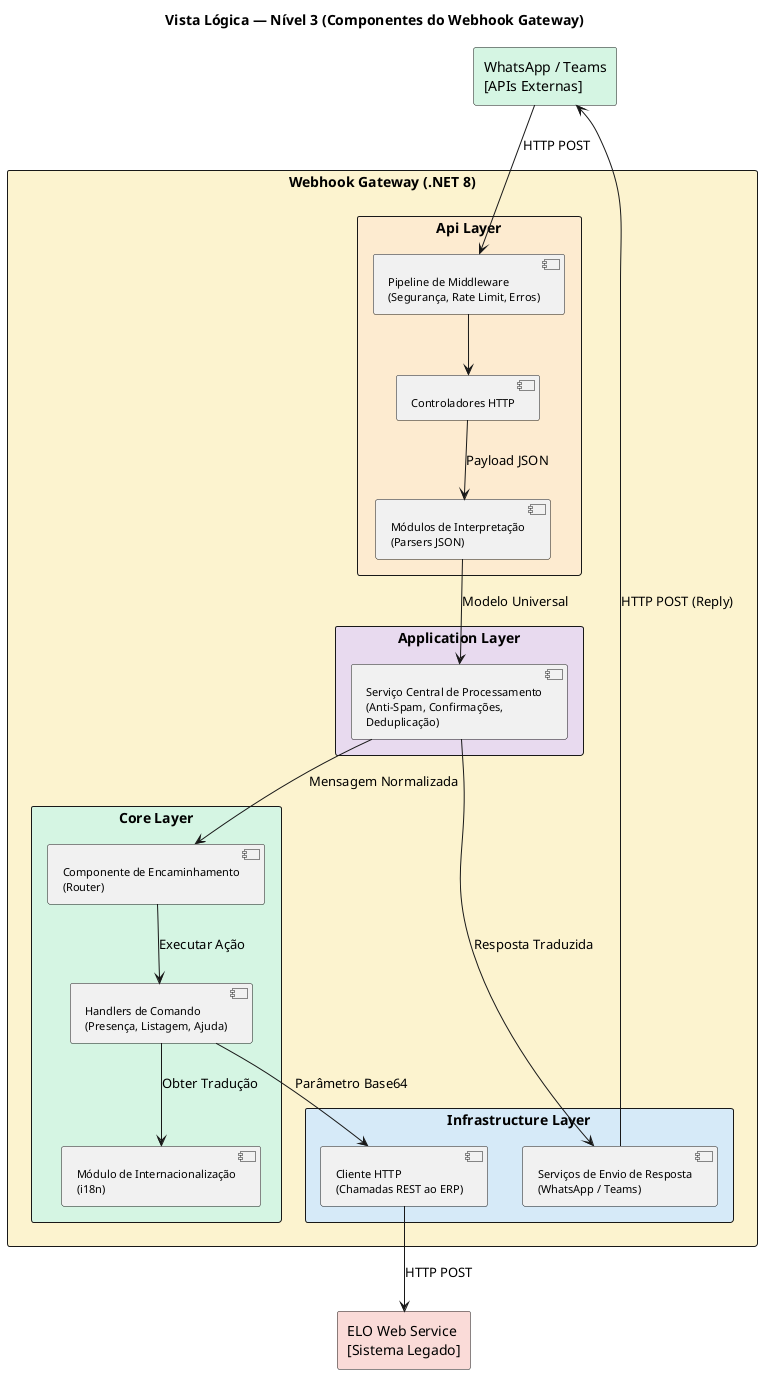
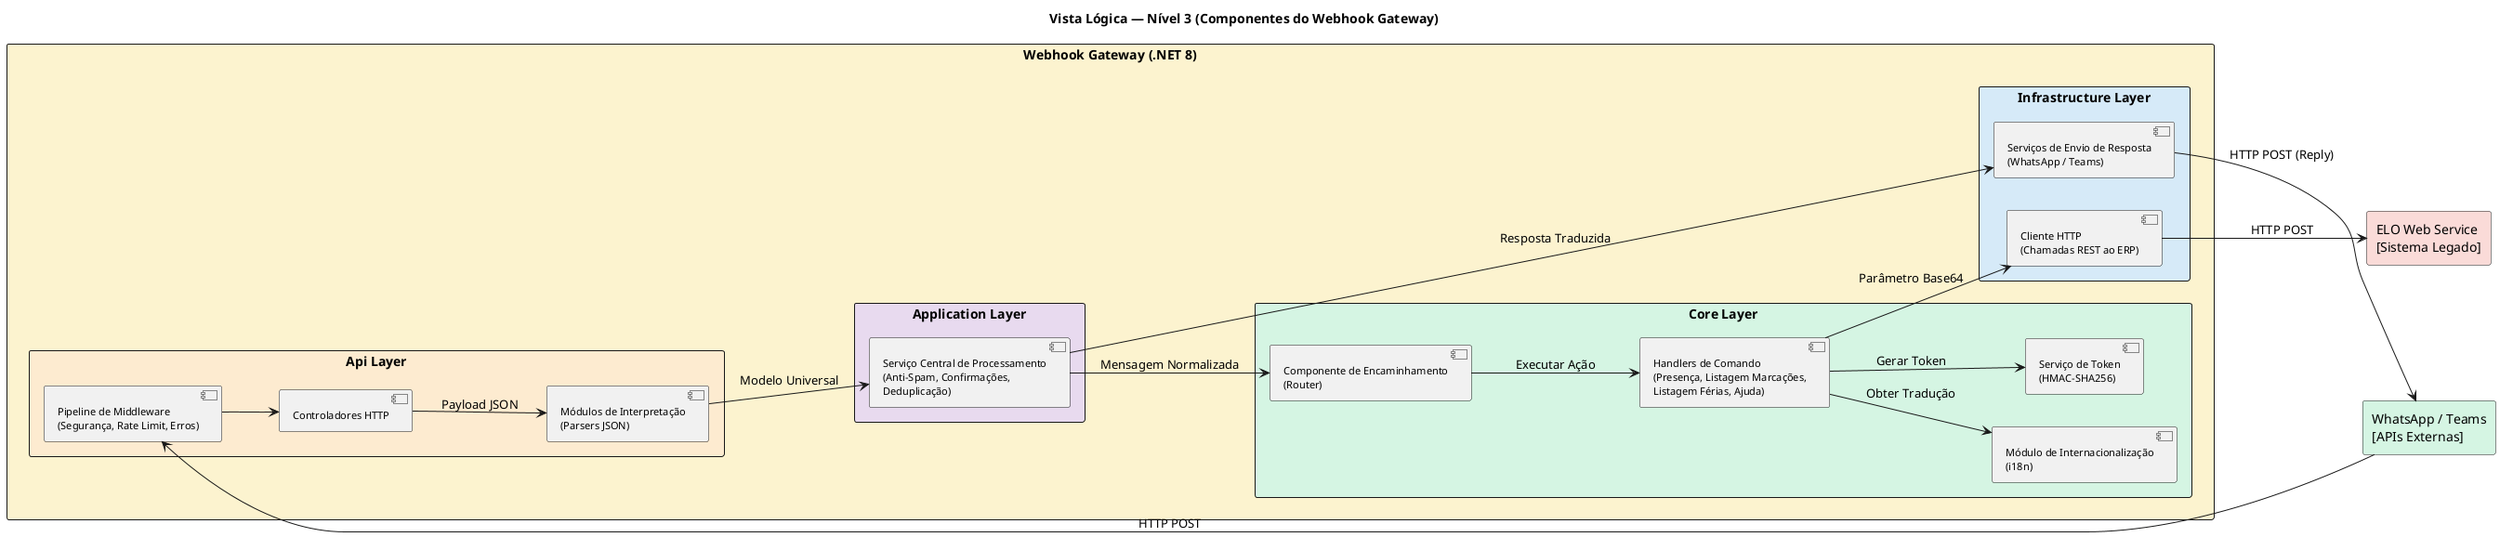
@startuml vista_logica_n3_componentes
skinparam backgroundColor #FFFFFF
skinparam shadowing false
skinparam defaultFontName "Segoe UI"
skinparam packageStyle rectangle
skinparam componentFontSize 11
+ left to right direction

title Vista Lógica — Nível 3 (Componentes do Webhook Gateway)

' ─── Sistemas Externos ────────────────────────────────────
rectangle "WhatsApp / Teams\n[APIs Externas]" as apis_ext #D5F5E3
rectangle "ELO Web Service\n[Sistema Legado]" as elo_ext #FADBD8

' ─── Gateway Webhook (.NET 8) ─────────────────────────────
package "Webhook Gateway (.NET 8)" #FCF3CF {

    package "Api Layer" #FDEBD0 {
        component "Controladores HTTP" as ctrl
        component "Pipeline de Middleware\n(Segurança, Rate Limit, Erros)" as middleware
        component "Módulos de Interpretação\n(Parsers JSON)" as parsers
    }

    package "Application Layer" #E8DAEF {
        component "Serviço Central de Processamento\n(Anti-Spam, Confirmações,\nDeduplicação)" as mps
    }

    package "Core Layer" #D5F5E3 {
        component "Componente de Encaminhamento\n(Router)" as router
-         component "Handlers de Comando\n(Presença, Listagem, Ajuda)" as handlers
+         component "Handlers de Comando\n(Presença, Listagem Marcações,\nListagem Férias, Ajuda)" as handlers
        component "Módulo de Internacionalização\n(i18n)" as localizer
+         component "Serviço de Token\n(HMAC-SHA256)" as tokenSvc
    }

    package "Infrastructure Layer" #D6EAF8 {
        component "Cliente HTTP\n(Chamadas REST ao ERP)" as wsUtils
        component "Serviços de Envio de Resposta\n(WhatsApp / Teams)" as msgSvcs
    }
}

' ─── Fluxo Principal ──────────────────────────────────────
- apis_ext -down-> middleware : "HTTP POST"
- middleware -down-> ctrl
- ctrl -down-> parsers : "Payload JSON"
- parsers -down-> mps : "Modelo Universal"
+ apis_ext --> middleware : "HTTP POST"
+ middleware --> ctrl
+ ctrl --> parsers : "Payload JSON"
+ parsers --> mps : "Modelo Universal"

- mps -down-> router : "Mensagem Normalizada"
- router -down-> handlers : "Executar Ação"
+ mps --> router : "Mensagem Normalizada"
+ router --> handlers : "Executar Ação"

handlers --> localizer : "Obter Tradução"
+ handlers --> tokenSvc : "Gerar Token"
handlers --> wsUtils : "Parâmetro Base64"

- wsUtils -down-> elo_ext : "HTTP POST"
+ wsUtils --> elo_ext : "HTTP POST"

- mps -right-> msgSvcs : "Resposta Traduzida"
- msgSvcs -up-> apis_ext : "HTTP POST (Reply)"
+ mps --> msgSvcs : "Resposta Traduzida"
+ msgSvcs --> apis_ext : "HTTP POST (Reply)"

@enduml
